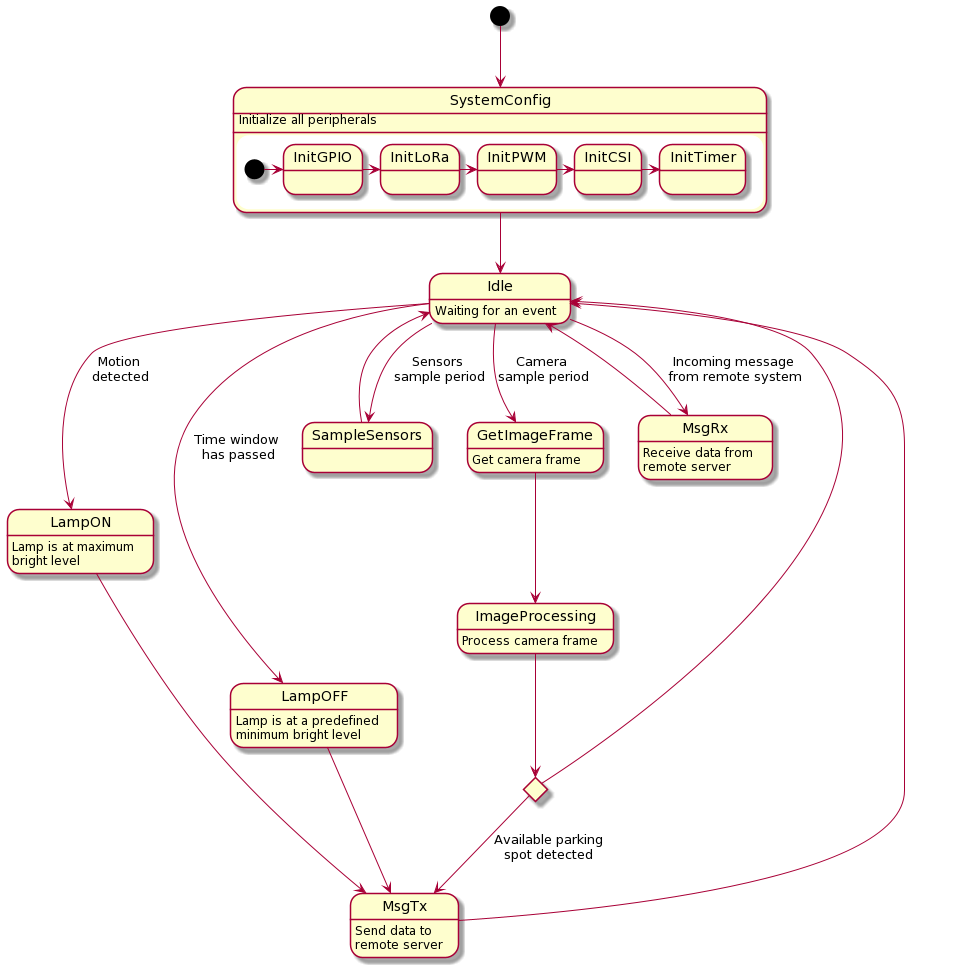
The PlantUML diagram project/report/images/04local_system/LS_StateChart.png in ESRGgroup9/slipad, before a commit.
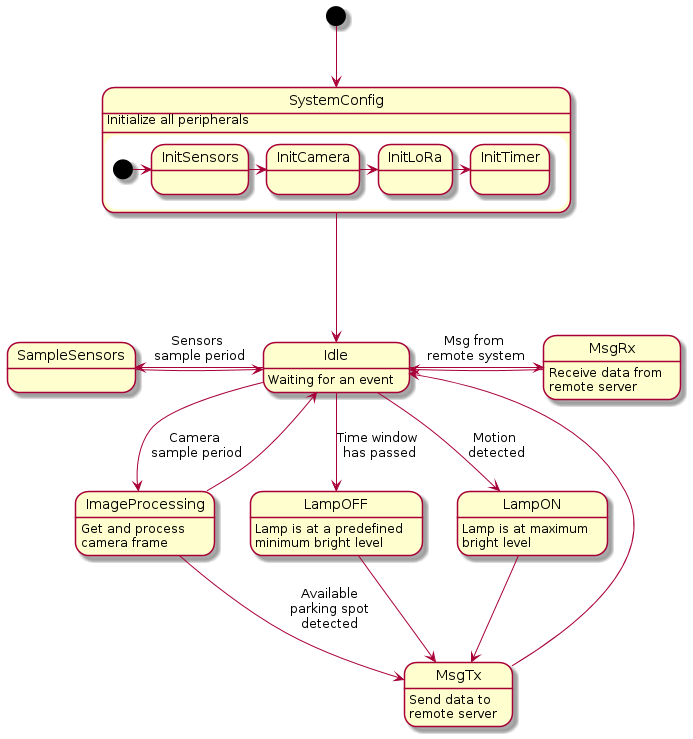
After the commit.

The edit, as a diff of the source:
```diff
@@ -2,41 +2,36 @@
 [*] --> SystemConfig
 
 state SystemConfig {
- [*] -> InitGPIO
- InitGPIO -> InitLoRa
- InitLoRa -> InitPWM
- InitPWM -> InitCSI
- InitCSI -> InitTimer
+ [*] -> InitSensors
+ InitSensors -> InitCamera
+ InitCamera -> InitLoRa
+ InitLoRa -> InitTimer
 }
 
-SystemConfig --> Idle
+SystemConfig ---> Idle
+Idle --> LampOFF : Time window \nhas passed
+Idle --> LampON : Motion \ndetected
+Idle -left-> SampleSensors : Sensors \nsample period
+Idle -right-> MsgRx : Msg from \nremote system
 
-Idle --> LampON : Motion \ndetected
+Idle --> ImageProcessing : Camera \nsample period
+
+LampOFF --> MsgTx
 LampON --> MsgTx
+ImageProcessing --> MsgTx : Available\n parking spot \ndetected
+
+MsgRx -> Idle
 MsgTx --> Idle
+SampleSensors -> Idle
 
-Idle --> LampOFF : Time window \nhas passed
-LampOFF --> MsgTx
+ImageProcessing -> Idle
 
-Idle --> SampleSensors : Sensors \nsample period
-SampleSensors --> Idle
-Idle --> GetImageFrame : Camera \nsample period
-GetImageFrame --> ImageProcessing
-
-state c <<choice>>
-ImageProcessing --> c
-c --> MsgTx : Available parking\nspot detected
-c --> Idle
-
-Idle --> MsgRx : Incoming message \nfrom remote system
-MsgRx --> Idle
 
 SystemConfig : Initialize all peripherals
 Idle: Waiting for an event
 LampON : Lamp is at maximum \nbright level
 LampOFF: Lamp is at a predefined \nminimum bright level
-GetImageFrame: Get camera frame
-ImageProcessing: Process camera frame
+ImageProcessing: Get and process \ncamera frame
 MsgTx: Send data to \nremote server
 MsgRx: Receive data from \nremote server
 @enduml
```
